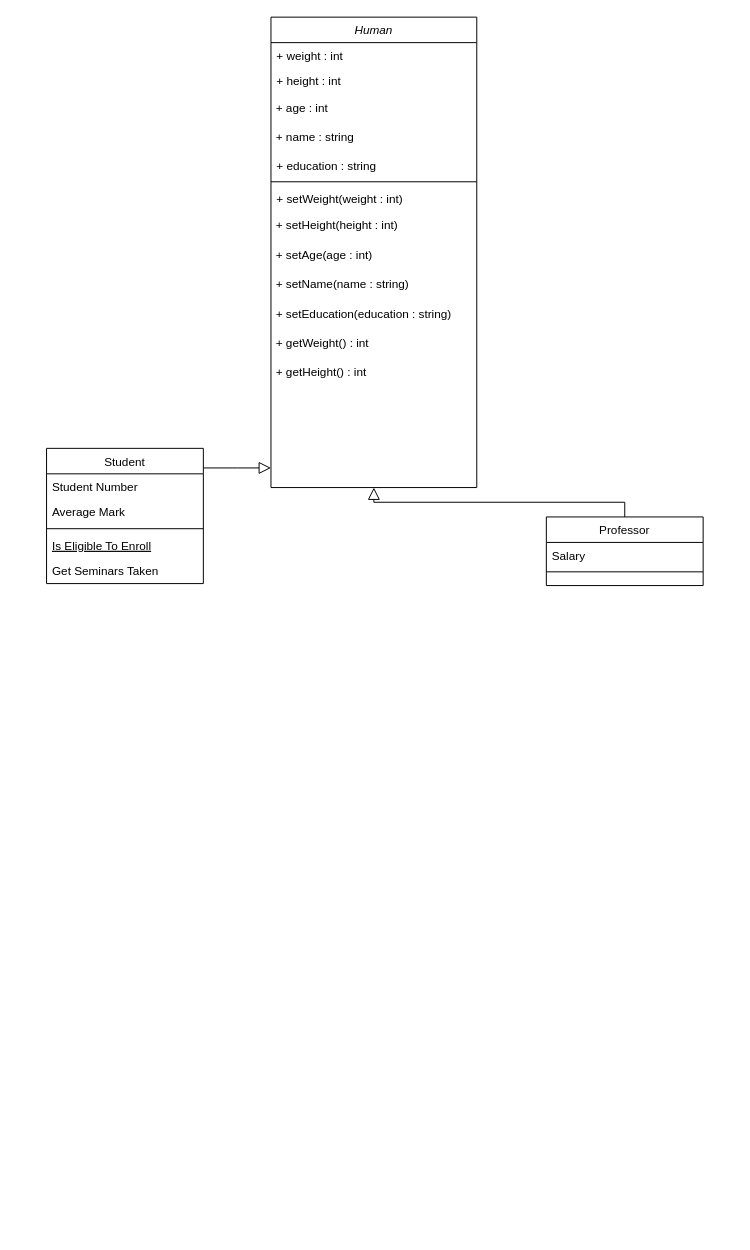
Above: HumanDiagram.drawio in SofaDu/Human (draw.io), before the change. Source tidied: cells renumbered, new cells numbered last; positions are measured from the earlier drawing's top-left corner, leaving out a move shared by most shapes. Both pictures are drawn from the tidied source at 98%, with x=0, y=0 at pixel (46, 17).
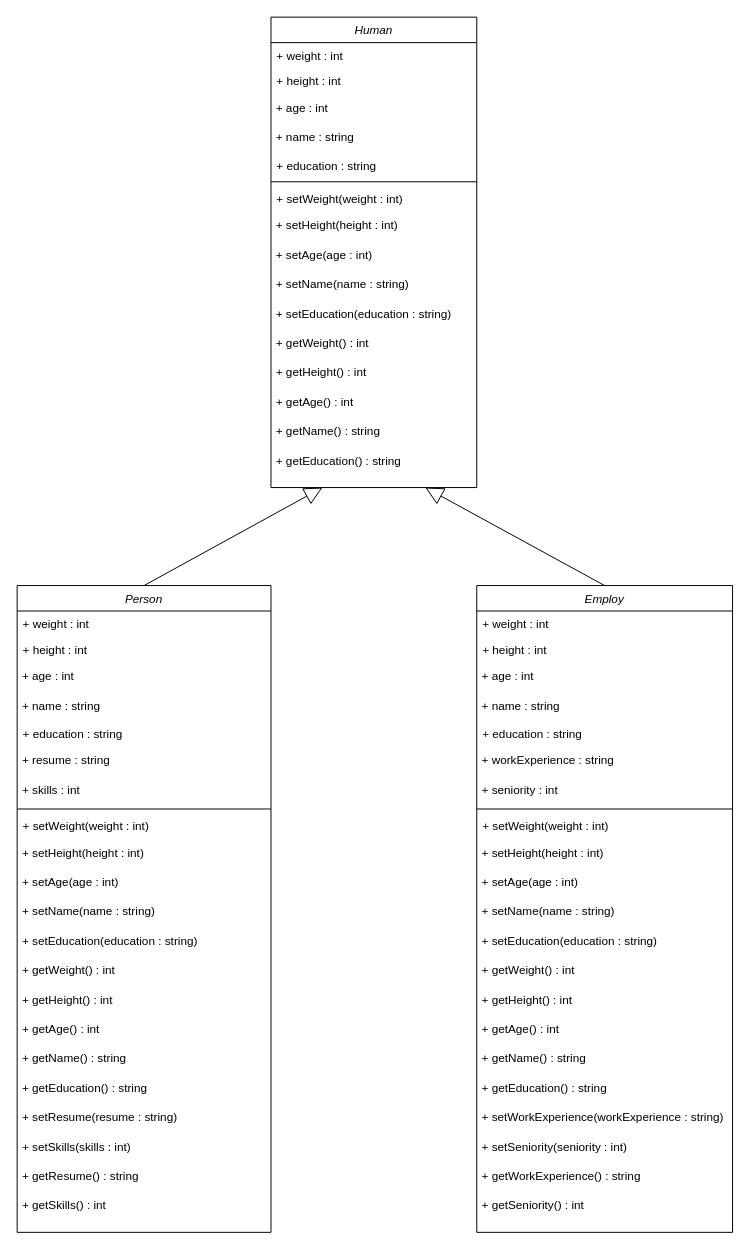
After the change.

The change refers to these unchanged cells:
```xml
<mxCell id="2" value="Human" style="swimlane;fontStyle=2;align=center;verticalAlign=top;horizontal=1;startSize=26;rounded=0;shadow=0;strokeWidth=1;" parent="1" vertex="1">
  <mxGeometry x="229" width="210" height="480" as="geometry" />
</mxCell>
```

Diff of the diagram source:
```diff
@@
-    <mxCell id="16" value="Student" style="swimlane;fontStyle=0;align=center;verticalAlign=top;horizontal=1;startSize=26;rounded=0;shadow=0;strokeWidth=1;" parent="1" vertex="1">
-      <mxGeometry y="440" width="160" height="138" as="geometry" />
-    </mxCell>
-    <mxCell id="17" value="Student Number" style="text;align=left;verticalAlign=top;spacingLeft=4;spacingRight=4;overflow=hidden;" parent="16" vertex="1">
-      <mxGeometry y="26" width="160" height="26" as="geometry" />
-    </mxCell>
-    <mxCell id="18" value="Average Mark" style="text;align=left;verticalAlign=top;spacingLeft=4;spacingRight=4;overflow=hidden;rounded=0;shadow=0;html=0;" parent="16" vertex="1">
-      <mxGeometry y="52" width="160" height="26" as="geometry" />
-    </mxCell>
-    <mxCell id="19" style="line;html=1;strokeWidth=1;align=left;verticalAlign=middle;spacingTop=-1;spacingLeft=3;spacingRight=3;labelPosition=right;" parent="16" vertex="1">
-      <mxGeometry y="78" width="160" height="8" as="geometry" />
-    </mxCell>
-    <mxCell id="20" value="Is Eligible To Enroll" style="text;align=left;verticalAlign=top;spacingLeft=4;spacingRight=4;overflow=hidden;fontStyle=4;" parent="16" vertex="1">
-      <mxGeometry y="86" width="160" height="26" as="geometry" />
-    </mxCell>
-    <mxCell id="21" value="Get Seminars Taken" style="text;align=left;verticalAlign=top;spacingLeft=4;spacingRight=4;overflow=hidden;" parent="16" vertex="1">
-      <mxGeometry y="112" width="160" height="26" as="geometry" />
-    </mxCell>
-    <mxCell id="22" style="endArrow=block;endSize=10;endFill=0;shadow=0;strokeWidth=1;rounded=0;edgeStyle=elbowEdgeStyle;elbow=vertical;" parent="1" edge="1" source="16" target="2">
-      <mxGeometry relative="1" as="geometry" />
-    </mxCell>
-    <mxCell id="23" value="Professor" style="swimlane;fontStyle=0;align=center;verticalAlign=top;horizontal=1;startSize=26;rounded=0;shadow=0;strokeWidth=1;" parent="1" vertex="1">
-      <mxGeometry x="510" y="510" width="160" height="70" as="geometry" />
-    </mxCell>
-    <mxCell id="24" value="Salary" style="text;align=left;verticalAlign=top;spacingLeft=4;spacingRight=4;overflow=hidden;" parent="23" vertex="1">
-      <mxGeometry y="26" width="160" height="26" as="geometry" />
-    </mxCell>
-    <mxCell id="25" style="line;html=1;strokeWidth=1;align=left;verticalAlign=middle;spacingTop=-1;spacingLeft=3;spacingRight=3;labelPosition=right;" parent="23" vertex="1">
-      <mxGeometry y="52" width="160" height="8" as="geometry" />
-    </mxCell>
-    <mxCell id="26" style="endArrow=block;endSize=10;endFill=0;shadow=0;strokeWidth=1;rounded=0;edgeStyle=elbowEdgeStyle;elbow=vertical;" parent="1" edge="1" source="23" target="2">
-      <mxGeometry relative="1" as="geometry" />
-    </mxCell>
+    <mxCell id="27" value="&amp;nbsp;+ getAge() : int" style="text;html=1;align=left;verticalAlign=middle;strokeColor=none;fillColor=none;" parent="2" vertex="1">
+      <mxGeometry y="378" width="210" height="30" as="geometry" />
+    </mxCell>
+    <mxCell id="28" value="&amp;nbsp;+ getName() : string" style="text;html=1;align=left;verticalAlign=middle;strokeColor=none;fillColor=none;" parent="2" vertex="1">
+      <mxGeometry y="408" width="210" height="30" as="geometry" />
+    </mxCell>
+    <mxCell id="29" value="&amp;nbsp;+ getEducation() : string" style="text;html=1;align=left;verticalAlign=middle;strokeColor=none;fillColor=none;" parent="2" vertex="1">
+      <mxGeometry y="438" width="210" height="30" as="geometry" />
+    </mxCell>
+    <mxCell id="30" value="Employ" style="swimlane;fontStyle=2;align=center;verticalAlign=top;horizontal=1;startSize=26;rounded=0;shadow=0;strokeWidth=1;" parent="1" vertex="1">
+      <mxGeometry x="439" y="580" width="261" height="660" as="geometry" />
+    </mxCell>
+    <mxCell id="31" value="+ weight : int" style="text;align=left;verticalAlign=top;spacingLeft=4;spacingRight=4;overflow=hidden;" parent="30" vertex="1">
+      <mxGeometry y="26" width="261" height="26" as="geometry" />
+    </mxCell>
+    <mxCell id="32" value="+ height : int" style="text;align=left;verticalAlign=top;spacingLeft=4;spacingRight=4;overflow=hidden;rounded=0;shadow=0;html=0;" parent="30" vertex="1">
+      <mxGeometry y="52" width="261" height="26" as="geometry" />
+    </mxCell>
+    <mxCell id="33" value="&amp;nbsp;+ age : int" style="text;html=1;strokeColor=none;fillColor=none;align=left;verticalAlign=middle;whiteSpace=wrap;rounded=0;" parent="30" vertex="1">
+      <mxGeometry y="78" width="261" height="30" as="geometry" />
+    </mxCell>
+    <mxCell id="34" value="&amp;nbsp;+ name : string" style="text;html=1;strokeColor=none;fillColor=none;align=left;verticalAlign=middle;whiteSpace=wrap;rounded=0;" parent="30" vertex="1">
+      <mxGeometry y="108" width="261" height="30" as="geometry" />
+    </mxCell>
+    <mxCell id="35" value="+ education : string" style="text;align=left;verticalAlign=top;spacingLeft=4;spacingRight=4;overflow=hidden;rounded=0;shadow=0;html=0;" parent="30" vertex="1">
+      <mxGeometry y="138" width="261" height="26" as="geometry" />
+    </mxCell>
+    <mxCell id="36" value="&amp;nbsp;+ workExperience : string" style="text;html=1;align=left;verticalAlign=middle;strokeColor=none;fillColor=none;" parent="30" vertex="1">
+      <mxGeometry y="164" width="261" height="30" as="geometry" />
+    </mxCell>
+    <mxCell id="37" value="&lt;div style=&quot;&quot;&gt;&lt;span style=&quot;background-color: initial;&quot;&gt;&amp;nbsp;+ seniority : int&lt;/span&gt;&lt;/div&gt;" style="text;html=1;align=left;verticalAlign=middle;strokeColor=none;fillColor=none;" parent="30" vertex="1">
+      <mxGeometry y="194" width="261" height="30" as="geometry" />
+    </mxCell>
+    <mxCell id="38" style="line;html=1;strokeWidth=1;align=left;verticalAlign=middle;spacingTop=-1;spacingLeft=3;spacingRight=3;labelPosition=right;" parent="30" vertex="1">
+      <mxGeometry y="224" width="261" height="8" as="geometry" />
+    </mxCell>
+    <mxCell id="39" value="+ setWeight(weight : int)" style="text;align=left;verticalAlign=top;spacingLeft=4;spacingRight=4;overflow=hidden;" parent="30" vertex="1">
+      <mxGeometry y="232" width="261" height="26" as="geometry" />
+    </mxCell>
+    <mxCell id="40" value="&amp;nbsp;+ setHeight(height : int)" style="text;html=1;align=left;verticalAlign=middle;strokeColor=none;fillColor=none;" parent="30" vertex="1">
+      <mxGeometry y="258" width="261" height="30" as="geometry" />
+    </mxCell>
+    <mxCell id="41" value="&amp;nbsp;+ setAge(age : int)" style="text;html=1;align=left;verticalAlign=middle;strokeColor=none;fillColor=none;" parent="30" vertex="1">
+      <mxGeometry y="288" width="261" height="30" as="geometry" />
+    </mxCell>
+    <mxCell id="42" value="&amp;nbsp;+ setName(name : string)" style="text;html=1;align=left;verticalAlign=middle;strokeColor=none;fillColor=none;" parent="30" vertex="1">
+      <mxGeometry y="318" width="261" height="30" as="geometry" />
+    </mxCell>
+    <mxCell id="43" value="&amp;nbsp;+ setEducation(education : string)" style="text;html=1;align=left;verticalAlign=middle;strokeColor=none;fillColor=none;" parent="30" vertex="1">
+      <mxGeometry y="348" width="261" height="30" as="geometry" />
+    </mxCell>
+    <mxCell id="44" value="&amp;nbsp;+ getWeight() : int" style="text;html=1;align=left;verticalAlign=middle;strokeColor=none;fillColor=none;" parent="30" vertex="1">
+      <mxGeometry y="378" width="261" height="30" as="geometry" />
+    </mxCell>
+    <mxCell id="45" value="&amp;nbsp;+ getHeight() : int" style="text;html=1;align=left;verticalAlign=middle;strokeColor=none;fillColor=none;" parent="30" vertex="1">
+      <mxGeometry y="408" width="261" height="30" as="geometry" />
+    </mxCell>
+    <mxCell id="46" value="&amp;nbsp;+ getAge() : int" style="text;html=1;align=left;verticalAlign=middle;strokeColor=none;fillColor=none;" parent="30" vertex="1">
+      <mxGeometry y="438" width="261" height="30" as="geometry" />
+    </mxCell>
+    <mxCell id="47" value="&amp;nbsp;+ getName() : string" style="text;html=1;align=left;verticalAlign=middle;strokeColor=none;fillColor=none;" parent="30" vertex="1">
+      <mxGeometry y="468" width="261" height="30" as="geometry" />
+    </mxCell>
+    <mxCell id="48" value="&amp;nbsp;+ getEducation() : string" style="text;html=1;align=left;verticalAlign=middle;strokeColor=none;fillColor=none;" parent="30" vertex="1">
+      <mxGeometry y="498" width="261" height="30" as="geometry" />
+    </mxCell>
+    <mxCell id="49" value="&amp;nbsp;+ setWorkExperience(workExperience : string)&amp;nbsp;" style="text;html=1;align=left;verticalAlign=middle;strokeColor=none;fillColor=none;" parent="30" vertex="1">
+      <mxGeometry y="528" width="261" height="30" as="geometry" />
+    </mxCell>
+    <mxCell id="50" value="&amp;nbsp;+&amp;nbsp;setSeniority(seniority : int)" style="text;html=1;align=left;verticalAlign=middle;strokeColor=none;fillColor=none;" parent="30" vertex="1">
+      <mxGeometry y="558" width="261" height="30" as="geometry" />
+    </mxCell>
+    <mxCell id="51" value="&amp;nbsp;+ getWorkExperience() : string" style="text;html=1;align=left;verticalAlign=middle;strokeColor=none;fillColor=none;" parent="30" vertex="1">
+      <mxGeometry y="588" width="261" height="30" as="geometry" />
+    </mxCell>
+    <mxCell id="52" value="&amp;nbsp;+ getSeniority() : int" style="text;html=1;align=left;verticalAlign=middle;strokeColor=none;fillColor=none;" parent="30" vertex="1">
+      <mxGeometry y="618" width="261" height="30" as="geometry" />
+    </mxCell>
+    <mxCell id="53" value="Person" style="swimlane;fontStyle=2;align=center;verticalAlign=top;horizontal=1;startSize=26;rounded=0;shadow=0;strokeWidth=1;" parent="1" vertex="1">
+      <mxGeometry x="-30" y="580" width="259" height="660" as="geometry" />
+    </mxCell>
+    <mxCell id="54" value="+ weight : int" style="text;align=left;verticalAlign=top;spacingLeft=4;spacingRight=4;overflow=hidden;" parent="53" vertex="1">
+      <mxGeometry y="26" width="259" height="26" as="geometry" />
+    </mxCell>
+    <mxCell id="55" value="+ height : int" style="text;align=left;verticalAlign=top;spacingLeft=4;spacingRight=4;overflow=hidden;rounded=0;shadow=0;html=0;" parent="53" vertex="1">
+      <mxGeometry y="52" width="259" height="26" as="geometry" />
+    </mxCell>
+    <mxCell id="56" value="&amp;nbsp;+ age : int" style="text;html=1;strokeColor=none;fillColor=none;align=left;verticalAlign=middle;whiteSpace=wrap;rounded=0;" parent="53" vertex="1">
+      <mxGeometry y="78" width="259" height="30" as="geometry" />
+    </mxCell>
+    <mxCell id="57" value="&amp;nbsp;+ name : string" style="text;html=1;strokeColor=none;fillColor=none;align=left;verticalAlign=middle;whiteSpace=wrap;rounded=0;" parent="53" vertex="1">
+      <mxGeometry y="108" width="259" height="30" as="geometry" />
+    </mxCell>
+    <mxCell id="58" value="+ education : string" style="text;align=left;verticalAlign=top;spacingLeft=4;spacingRight=4;overflow=hidden;rounded=0;shadow=0;html=0;" parent="53" vertex="1">
+      <mxGeometry y="138" width="259" height="26" as="geometry" />
+    </mxCell>
+    <mxCell id="59" value="&amp;nbsp;+ resume : string" style="text;html=1;align=left;verticalAlign=middle;strokeColor=none;fillColor=none;" parent="53" vertex="1">
+      <mxGeometry y="164" width="259" height="30" as="geometry" />
+    </mxCell>
+    <mxCell id="60" value="&amp;nbsp;+ skills : int" style="text;html=1;align=left;verticalAlign=middle;strokeColor=none;fillColor=none;" parent="53" vertex="1">
+      <mxGeometry y="194" width="259" height="30" as="geometry" />
+    </mxCell>
+    <mxCell id="61" style="line;html=1;strokeWidth=1;align=left;verticalAlign=middle;spacingTop=-1;spacingLeft=3;spacingRight=3;labelPosition=right;" parent="53" vertex="1">
+      <mxGeometry y="224" width="259" height="8" as="geometry" />
+    </mxCell>
+    <mxCell id="62" value="+ setWeight(weight : int)" style="text;align=left;verticalAlign=top;spacingLeft=4;spacingRight=4;overflow=hidden;" parent="53" vertex="1">
+      <mxGeometry y="232" width="259" height="26" as="geometry" />
+    </mxCell>
+    <mxCell id="63" value="&amp;nbsp;+ setHeight(height : int)" style="text;html=1;align=left;verticalAlign=middle;strokeColor=none;fillColor=none;" parent="53" vertex="1">
+      <mxGeometry y="258" width="259" height="30" as="geometry" />
+    </mxCell>
+    <mxCell id="64" value="&amp;nbsp;+ setAge(age : int)" style="text;html=1;align=left;verticalAlign=middle;strokeColor=none;fillColor=none;" parent="53" vertex="1">
+      <mxGeometry y="288" width="259" height="30" as="geometry" />
+    </mxCell>
+    <mxCell id="65" value="&amp;nbsp;+ setName(name : string)" style="text;html=1;align=left;verticalAlign=middle;strokeColor=none;fillColor=none;" parent="53" vertex="1">
+      <mxGeometry y="318" width="259" height="30" as="geometry" />
+    </mxCell>
+    <mxCell id="66" value="&amp;nbsp;+ setEducation(education : string)" style="text;html=1;align=left;verticalAlign=middle;strokeColor=none;fillColor=none;" parent="53" vertex="1">
+      <mxGeometry y="348" width="259" height="30" as="geometry" />
+    </mxCell>
+    <mxCell id="67" value="&amp;nbsp;+ getWeight() : int" style="text;html=1;align=left;verticalAlign=middle;strokeColor=none;fillColor=none;" parent="53" vertex="1">
+      <mxGeometry y="378" width="259" height="30" as="geometry" />
+    </mxCell>
+    <mxCell id="68" value="&amp;nbsp;+ getHeight() : int" style="text;html=1;align=left;verticalAlign=middle;strokeColor=none;fillColor=none;" parent="53" vertex="1">
+      <mxGeometry y="408" width="259" height="30" as="geometry" />
+    </mxCell>
+    <mxCell id="69" value="&amp;nbsp;+ getAge() : int" style="text;html=1;align=left;verticalAlign=middle;strokeColor=none;fillColor=none;" parent="53" vertex="1">
+      <mxGeometry y="438" width="259" height="30" as="geometry" />
+    </mxCell>
+    <mxCell id="70" value="&amp;nbsp;+ getName() : string" style="text;html=1;align=left;verticalAlign=middle;strokeColor=none;fillColor=none;" parent="53" vertex="1">
+      <mxGeometry y="468" width="259" height="30" as="geometry" />
+    </mxCell>
+    <mxCell id="71" value="&amp;nbsp;+ getEducation() : string" style="text;html=1;align=left;verticalAlign=middle;strokeColor=none;fillColor=none;" parent="53" vertex="1">
+      <mxGeometry y="498" width="259" height="30" as="geometry" />
+    </mxCell>
+    <mxCell id="72" value="&amp;nbsp;+ setResume(resume : string)" style="text;html=1;align=left;verticalAlign=middle;strokeColor=none;fillColor=none;" parent="53" vertex="1">
+      <mxGeometry y="528" width="259" height="30" as="geometry" />
+    </mxCell>
+    <mxCell id="73" value="&amp;nbsp;+ setSkills(skills : int)" style="text;html=1;align=left;verticalAlign=middle;strokeColor=none;fillColor=none;" parent="53" vertex="1">
+      <mxGeometry y="558" width="259" height="30" as="geometry" />
+    </mxCell>
+    <mxCell id="74" value="&amp;nbsp;+ getResume() : string" style="text;html=1;align=left;verticalAlign=middle;strokeColor=none;fillColor=none;" parent="53" vertex="1">
+      <mxGeometry y="588" width="259" height="30" as="geometry" />
+    </mxCell>
+    <mxCell id="75" value="&amp;nbsp;+ getSkills() : int" style="text;html=1;align=left;verticalAlign=middle;strokeColor=none;fillColor=none;" parent="53" vertex="1">
+      <mxGeometry y="618" width="259" height="30" as="geometry" />
+    </mxCell>
+    <mxCell id="76" style="endArrow=block;endSize=16;endFill=0;html=1;rounded=0;exitX=0.5;exitY=0;exitDx=0;exitDy=0;entryX=0.25;entryY=1;entryDx=0;entryDy=0;" parent="1" edge="1" source="53" target="2">
+      <mxGeometry relative="1" as="geometry" />
+    </mxCell>
+    <mxCell id="77" style="endArrow=block;endSize=16;endFill=0;html=1;rounded=0;exitX=0.5;exitY=0;exitDx=0;exitDy=0;entryX=0.75;entryY=1;entryDx=0;entryDy=0;" parent="1" edge="1" source="30" target="2">
+      <mxGeometry relative="1" as="geometry" />
+    </mxCell>
```
